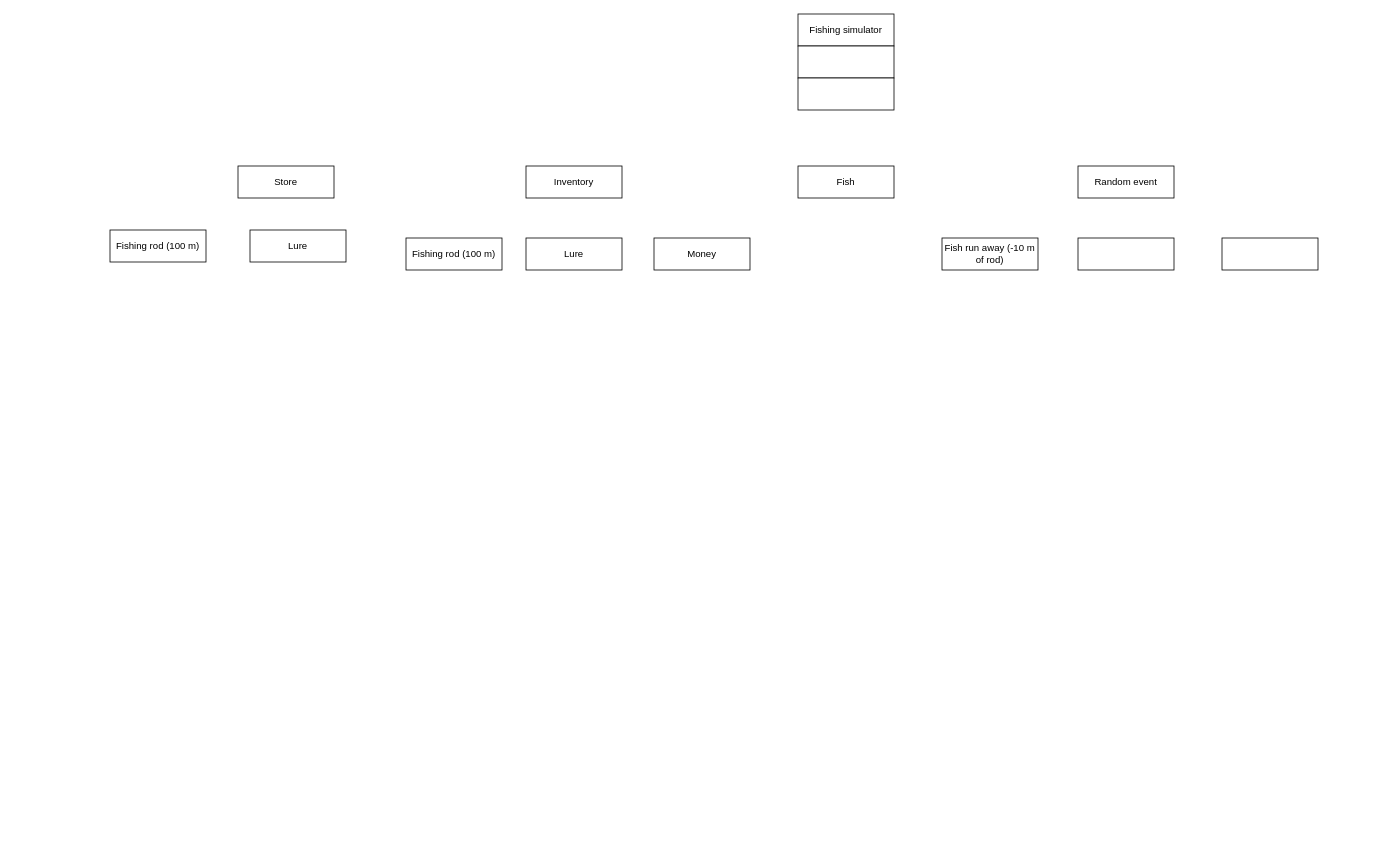
Earlier version of the draw.io diagram Fishing_simulator.drawio (paraudzins/my-project). Source tidied: cells renumbered, new cells numbered last; positions are measured from the earlier drawing's top-left corner, leaving out a move shared by most shapes. Both pictures are drawn from the tidied source at 80%, with x=0, y=0 at pixel (110, 14). Pictures stored in the file or linked from it are replaced by grey dashed boxes.
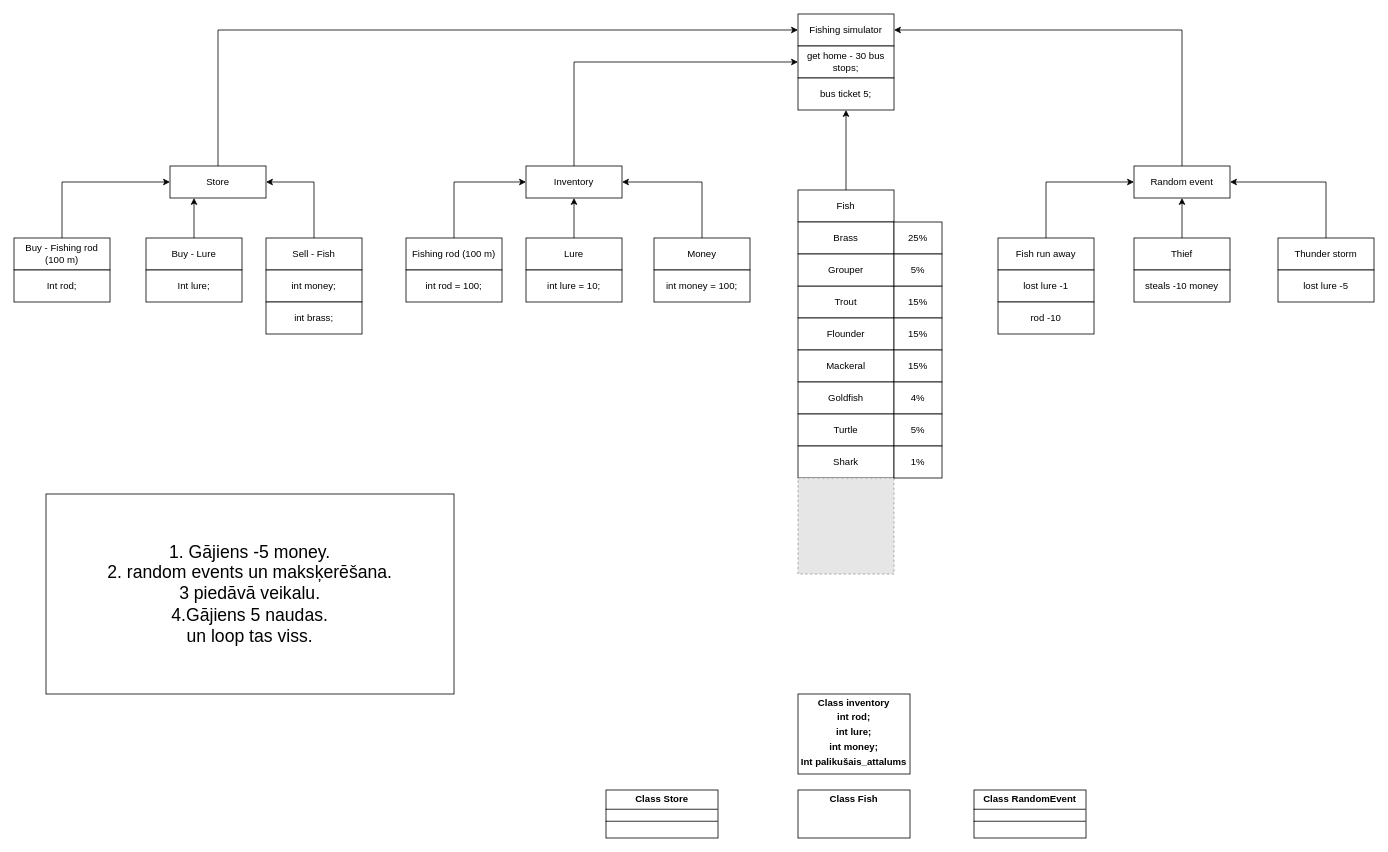
After the change.

Unchanged cells that the change refers to:
```xml
<mxCell id="2" value="Fishing simulator" style="rounded=0;whiteSpace=wrap;html=1;" parent="1" vertex="1">
  <mxGeometry x="860" width="120" height="40" as="geometry" />
</mxCell>
<mxCell id="5" value="Inventory" style="rounded=0;whiteSpace=wrap;html=1;" parent="1" vertex="1">
  <mxGeometry x="520" y="190" width="120" height="40" as="geometry" />
</mxCell>
<mxCell id="8" value="Fishing rod (100 m)" style="rounded=0;whiteSpace=wrap;html=1;" parent="1" vertex="1">
  <mxGeometry x="370" y="280" width="120" height="40" as="geometry" />
</mxCell>
<mxCell id="9" value="Lure" style="rounded=0;whiteSpace=wrap;html=1;" parent="1" vertex="1">
  <mxGeometry x="520" y="280" width="120" height="40" as="geometry" />
</mxCell>
<mxCell id="13" value="Money" style="rounded=0;whiteSpace=wrap;html=1;" parent="1" vertex="1">
  <mxGeometry x="680" y="280" width="120" height="40" as="geometry" />
</mxCell>
```

What changed in the source:
```diff
@@
-    <mxCell id="3" style="rounded=0;whiteSpace=wrap;html=1;" parent="1" vertex="1">
+    <mxCell id="3" value="get home - 30 bus stops;" style="rounded=0;whiteSpace=wrap;html=1;" parent="1" vertex="1">
       <mxGeometry x="860" y="40" width="120" height="40" as="geometry" />
     </mxCell>
-    <mxCell id="4" style="rounded=0;whiteSpace=wrap;html=1;" parent="1" vertex="1">
+    <mxCell id="4" value="bus ticket 5;" style="rounded=0;whiteSpace=wrap;html=1;" parent="1" vertex="1">
       <mxGeometry x="860" y="80" width="120" height="40" as="geometry" />
     </mxCell>
+    <mxCell id="17" style="edgeStyle=orthogonalEdgeStyle;rounded=0;jettySize=auto;html=1;exitX=0.5;exitY=0;exitDx=0;exitDy=0;entryX=0;entryY=0.5;entryDx=0;entryDy=0;defaultLabelBackgroundColor=page;" parent="1" edge="1" source="5" target="3">
+      <mxGeometry relative="1" as="geometry" />
+    </mxCell>
@@
+    <mxCell id="18" style="edgeStyle=orthogonalEdgeStyle;rounded=0;jettySize=auto;html=1;exitX=0.5;exitY=0;exitDx=0;exitDy=0;entryX=0.5;entryY=1;entryDx=0;entryDy=0;defaultLabelBackgroundColor=page;" parent="1" edge="1" source="6" target="4">
+      <mxGeometry relative="1" as="geometry" />
+    </mxCell>
     <mxCell id="6" value="Fish" style="rounded=0;whiteSpace=wrap;html=1;" parent="1" vertex="1">
-      <mxGeometry x="860" y="190" width="120" height="40" as="geometry" />
+      <mxGeometry x="860" y="220" width="120" height="40" as="geometry" />
     </mxCell>
+    <mxCell id="19" style="edgeStyle=orthogonalEdgeStyle;rounded=0;jettySize=auto;html=1;exitX=0.5;exitY=0;exitDx=0;exitDy=0;entryX=1;entryY=0.5;entryDx=0;entryDy=0;defaultLabelBackgroundColor=page;" parent="1" edge="1" source="7" target="2">
+      <mxGeometry relative="1" as="geometry" />
+    </mxCell>
     <mxCell id="7" value="Random event" style="rounded=0;whiteSpace=wrap;html=1;" parent="1" vertex="1">
-      <mxGeometry x="1210" y="190" width="120" height="40" as="geometry" />
+      <mxGeometry x="1280" y="190" width="120" height="40" as="geometry" />
     </mxCell>
+    <mxCell id="20" style="edgeStyle=orthogonalEdgeStyle;rounded=0;jettySize=auto;html=1;exitX=0.5;exitY=0;exitDx=0;exitDy=0;entryX=0;entryY=0.5;entryDx=0;entryDy=0;defaultLabelBackgroundColor=page;" parent="1" edge="1" source="8" target="5">
+      <mxGeometry relative="1" as="geometry" />
+    </mxCell>
@@
+    <mxCell id="21" style="edgeStyle=orthogonalEdgeStyle;rounded=0;jettySize=auto;html=1;exitX=0.5;exitY=0;exitDx=0;exitDy=0;entryX=0.5;entryY=1;entryDx=0;entryDy=0;defaultLabelBackgroundColor=page;" parent="1" edge="1" source="9" target="5">
+      <mxGeometry relative="1" as="geometry" />
+    </mxCell>
@@
+    <mxCell id="22" style="edgeStyle=orthogonalEdgeStyle;rounded=0;jettySize=auto;html=1;exitX=0.5;exitY=0;exitDx=0;exitDy=0;entryX=0;entryY=0.5;entryDx=0;entryDy=0;defaultLabelBackgroundColor=page;" parent="1" edge="1" source="10" target="7">
+      <mxGeometry relative="1" as="geometry" />
+    </mxCell>
-    <mxCell id="10" value="Fish run away (-10 m of rod)" style="rounded=0;whiteSpace=wrap;html=1;" parent="1" vertex="1">
-      <mxGeometry x="1040" y="280" width="120" height="40" as="geometry" />
+    <mxCell id="10" value="Fish run away" style="rounded=0;whiteSpace=wrap;html=1;" parent="1" vertex="1">
+      <mxGeometry x="1110" y="280" width="120" height="40" as="geometry" />
     </mxCell>
+    <mxCell id="23" style="edgeStyle=orthogonalEdgeStyle;rounded=0;jettySize=auto;html=1;exitX=0.5;exitY=0;exitDx=0;exitDy=0;entryX=0.5;entryY=1;entryDx=0;entryDy=0;defaultLabelBackgroundColor=page;" parent="1" edge="1" source="11" target="7">
+      <mxGeometry relative="1" as="geometry" />
+    </mxCell>
-    <mxCell id="11" style="rounded=0;whiteSpace=wrap;html=1;" parent="1" vertex="1">
-      <mxGeometry x="1210" y="280" width="120" height="40" as="geometry" />
+    <mxCell id="11" value="Thief" style="rounded=0;whiteSpace=wrap;html=1;" parent="1" vertex="1">
+      <mxGeometry x="1280" y="280" width="120" height="40" as="geometry" />
     </mxCell>
+    <mxCell id="24" style="edgeStyle=orthogonalEdgeStyle;rounded=0;jettySize=auto;html=1;exitX=0.5;exitY=0;exitDx=0;exitDy=0;entryX=1;entryY=0.5;entryDx=0;entryDy=0;defaultLabelBackgroundColor=page;" parent="1" edge="1" source="12" target="7">
+      <mxGeometry relative="1" as="geometry" />
+    </mxCell>
-    <mxCell id="12" style="rounded=0;whiteSpace=wrap;html=1;" parent="1" vertex="1">
-      <mxGeometry x="1390" y="280" width="120" height="40" as="geometry" />
+    <mxCell id="12" value="Thunder storm" style="rounded=0;whiteSpace=wrap;html=1;" parent="1" vertex="1">
+      <mxGeometry x="1460" y="280" width="120" height="40" as="geometry" />
     </mxCell>
+    <mxCell id="25" style="edgeStyle=orthogonalEdgeStyle;rounded=0;jettySize=auto;html=1;exitX=0.5;exitY=0;exitDx=0;exitDy=0;entryX=1;entryY=0.5;entryDx=0;entryDy=0;defaultLabelBackgroundColor=page;" parent="1" edge="1" source="13" target="5">
+      <mxGeometry relative="1" as="geometry" />
+    </mxCell>
@@
+    <mxCell id="26" style="edgeStyle=orthogonalEdgeStyle;rounded=0;jettySize=auto;html=1;exitX=0.5;exitY=0;exitDx=0;exitDy=0;entryX=0;entryY=0.5;entryDx=0;entryDy=0;defaultLabelBackgroundColor=page;" parent="1" edge="1" source="14" target="2">
+      <mxGeometry relative="1" as="geometry" />
+    </mxCell>
     <mxCell id="14" value="Store" style="rounded=0;whiteSpace=wrap;html=1;" parent="1" vertex="1">
-      <mxGeometry x="160" y="190" width="120" height="40" as="geometry" />
+      <mxGeometry x="75" y="190" width="120" height="40" as="geometry" />
     </mxCell>
+    <mxCell id="27" style="edgeStyle=orthogonalEdgeStyle;rounded=0;jettySize=auto;html=1;exitX=0.5;exitY=0;exitDx=0;exitDy=0;entryX=0;entryY=0.5;entryDx=0;entryDy=0;defaultLabelBackgroundColor=page;" parent="1" edge="1" source="15" target="14">
+      <mxGeometry relative="1" as="geometry" />
+    </mxCell>
-    <mxCell id="15" value="Fishing rod (100 m)" style="rounded=0;whiteSpace=wrap;html=1;" parent="1" vertex="1">
-      <mxGeometry y="270" width="120" height="40" as="geometry" />
+    <mxCell id="15" value="Buy - Fishing rod (100 m)" style="rounded=0;whiteSpace=wrap;html=1;" parent="1" vertex="1">
+      <mxGeometry x="-120" y="280" width="120" height="40" as="geometry" />
     </mxCell>
+    <mxCell id="28" style="edgeStyle=orthogonalEdgeStyle;rounded=0;jettySize=auto;html=1;exitX=0.5;exitY=0;exitDx=0;exitDy=0;entryX=0.25;entryY=1;entryDx=0;entryDy=0;defaultLabelBackgroundColor=page;" parent="1" edge="1" source="16" target="14">
+      <mxGeometry relative="1" as="geometry" />
+    </mxCell>
-    <mxCell id="16" value="Lure" style="rounded=0;whiteSpace=wrap;html=1;" parent="1" vertex="1">
-      <mxGeometry x="175" y="270" width="120" height="40" as="geometry" />
+    <mxCell id="16" value="Buy - Lure" style="rounded=0;whiteSpace=wrap;html=1;" parent="1" vertex="1">
+      <mxGeometry x="45" y="280" width="120" height="40" as="geometry" />
     </mxCell>
+    <mxCell id="29" style="edgeStyle=orthogonalEdgeStyle;rounded=0;jettySize=auto;html=1;exitX=0.5;exitY=0;exitDx=0;exitDy=0;entryX=1;entryY=0.5;entryDx=0;entryDy=0;defaultLabelBackgroundColor=page;" parent="1" edge="1" source="30" target="14">
+      <mxGeometry relative="1" as="geometry" />
+    </mxCell>
+    <mxCell id="30" value="Sell - Fish" style="rounded=0;whiteSpace=wrap;html=1;" parent="1" vertex="1">
+      <mxGeometry x="195" y="280" width="120" height="40" as="geometry" />
+    </mxCell>
+    <mxCell id="31" value="Brass" style="rounded=0;whiteSpace=wrap;html=1;" parent="1" vertex="1">
+      <mxGeometry x="860" y="260" width="120" height="40" as="geometry" />
+    </mxCell>
+    <mxCell id="32" value="Trout" style="rounded=0;whiteSpace=wrap;html=1;" parent="1" vertex="1">
+      <mxGeometry x="860" y="340" width="120" height="40" as="geometry" />
+    </mxCell>
+    <mxCell id="33" value="Flounder" style="rounded=0;whiteSpace=wrap;html=1;" parent="1" vertex="1">
+      <mxGeometry x="860" y="380" width="120" height="40" as="geometry" />
+    </mxCell>
+    <mxCell id="34" value="Int rod;" style="rounded=0;whiteSpace=wrap;html=1;" parent="1" vertex="1">
+      <mxGeometry x="-120" y="320" width="120" height="40" as="geometry" />
+    </mxCell>
+    <mxCell id="35" value="Int lure;" style="rounded=0;whiteSpace=wrap;html=1;" parent="1" vertex="1">
+      <mxGeometry x="45" y="320" width="120" height="40" as="geometry" />
+    </mxCell>
+    <mxCell id="36" value="int money;" style="rounded=0;whiteSpace=wrap;html=1;" parent="1" vertex="1">
+      <mxGeometry x="195" y="320" width="120" height="40" as="geometry" />
+    </mxCell>
+    <mxCell id="37" value="Mackeral" style="rounded=0;whiteSpace=wrap;html=1;" parent="1" vertex="1">
+      <mxGeometry x="860" y="420" width="120" height="40" as="geometry" />
+    </mxCell>
+    <mxCell id="38" value="Goldfish" style="rounded=0;whiteSpace=wrap;html=1;" parent="1" vertex="1">
+      <mxGeometry x="860" y="460" width="120" height="40" as="geometry" />
+    </mxCell>
+    <mxCell id="39" value="Turtle" style="rounded=0;whiteSpace=wrap;html=1;" parent="1" vertex="1">
+      <mxGeometry x="860" y="500" width="120" height="40" as="geometry" />
+    </mxCell>
+    <mxCell id="40" value="Shark" style="rounded=0;whiteSpace=wrap;html=1;" parent="1" vertex="1">
+      <mxGeometry x="860" y="540" width="120" height="40" as="geometry" />
+    </mxCell>
+    <mxCell id="41" style="fillColor=#E6E6E6;strokeColor=#999999;dashed=1;html=1;verticalAlign=top;verticalLabelPosition=bottom;labelBackgroundColor=#ffffff;" parent="1" vertex="1">
+      <mxGeometry x="860" y="580" width="120" height="120" as="geometry" />
+    </mxCell>
+    <mxCell id="42" value="25%" style="rounded=0;whiteSpace=wrap;html=1;" parent="1" vertex="1">
+      <mxGeometry x="980" y="260" width="60" height="40" as="geometry" />
+    </mxCell>
+    <mxCell id="43" value="15%" style="rounded=0;whiteSpace=wrap;html=1;" parent="1" vertex="1">
+      <mxGeometry x="980" y="340" width="60" height="40" as="geometry" />
+    </mxCell>
+    <mxCell id="44" value="15%" style="rounded=0;whiteSpace=wrap;html=1;" parent="1" vertex="1">
+      <mxGeometry x="980" y="380" width="60" height="40" as="geometry" />
+    </mxCell>
+    <mxCell id="45" value="15%" style="rounded=0;whiteSpace=wrap;html=1;" parent="1" vertex="1">
+      <mxGeometry x="980" y="420" width="60" height="40" as="geometry" />
+    </mxCell>
+    <mxCell id="46" value="4%" style="rounded=0;whiteSpace=wrap;html=1;" parent="1" vertex="1">
+      <mxGeometry x="980" y="460" width="60" height="40" as="geometry" />
+    </mxCell>
+    <mxCell id="47" value="5%" style="rounded=0;whiteSpace=wrap;html=1;" parent="1" vertex="1">
+      <mxGeometry x="980" y="500" width="60" height="40" as="geometry" />
+    </mxCell>
+    <mxCell id="48" value="1%" style="rounded=0;whiteSpace=wrap;html=1;" parent="1" vertex="1">
+      <mxGeometry x="980" y="540" width="60" height="40" as="geometry" />
+    </mxCell>
+    <mxCell id="49" value="Grouper" style="rounded=0;whiteSpace=wrap;html=1;" parent="1" vertex="1">
+      <mxGeometry x="860" y="300" width="120" height="40" as="geometry" />
+    </mxCell>
+    <mxCell id="50" value="5%" style="rounded=0;whiteSpace=wrap;html=1;" parent="1" vertex="1">
+      <mxGeometry x="980" y="300" width="60" height="40" as="geometry" />
+    </mxCell>
+    <mxCell id="51" value="int brass;" style="rounded=0;whiteSpace=wrap;html=1;" parent="1" vertex="1">
+      <mxGeometry x="195" y="360" width="120" height="40" as="geometry" />
+    </mxCell>
+    <mxCell id="52" value="int rod = 100;" style="rounded=0;whiteSpace=wrap;html=1;" parent="1" vertex="1">
+      <mxGeometry x="370" y="320" width="120" height="40" as="geometry" />
+    </mxCell>
+    <mxCell id="53" value="int lure = 10;" style="rounded=0;whiteSpace=wrap;html=1;" parent="1" vertex="1">
+      <mxGeometry x="520" y="320" width="120" height="40" as="geometry" />
+    </mxCell>
+    <mxCell id="54" value="int money = 100;" style="rounded=0;whiteSpace=wrap;html=1;" parent="1" vertex="1">
+      <mxGeometry x="680" y="320" width="120" height="40" as="geometry" />
+    </mxCell>
+    <mxCell id="55" value="&lt;p style=&quot;margin:0px;margin-top:4px;text-align:center;&quot;&gt;&lt;b&gt;Class inventory&lt;/b&gt;&lt;/p&gt;&lt;p style=&quot;margin: 4px 0px 0px; text-align: center;&quot;&gt;&lt;b&gt;int rod;&lt;/b&gt;&lt;/p&gt;&lt;p style=&quot;margin: 4px 0px 0px; text-align: center;&quot;&gt;&lt;b&gt;int lure;&lt;/b&gt;&lt;/p&gt;&lt;p style=&quot;margin: 4px 0px 0px; text-align: center;&quot;&gt;&lt;b&gt;int money;&lt;/b&gt;&lt;/p&gt;&lt;p style=&quot;margin: 4px 0px 0px; text-align: center;&quot;&gt;&lt;b&gt;Int palikušais_attalums&lt;/b&gt;&lt;/p&gt;" style="verticalAlign=top;align=left;overflow=fill;html=1;whiteSpace=wrap;" parent="1" vertex="1">
+      <mxGeometry x="860" y="850" width="140" height="100" as="geometry" />
+    </mxCell>
+    <mxCell id="56" value="&lt;p style=&quot;margin:0px;margin-top:4px;text-align:center;&quot;&gt;&lt;b&gt;Class Store&lt;/b&gt;&lt;/p&gt;&lt;hr size=&quot;1&quot; style=&quot;border-style:solid;&quot;&gt;&lt;div style=&quot;height:2px;&quot;&gt;&lt;/div&gt;&lt;hr size=&quot;1&quot; style=&quot;border-style:solid;&quot;&gt;&lt;div style=&quot;height:2px;&quot;&gt;&lt;/div&gt;" style="verticalAlign=top;align=left;overflow=fill;html=1;whiteSpace=wrap;" parent="1" vertex="1">
+      <mxGeometry x="620" y="970" width="140" height="60" as="geometry" />
+    </mxCell>
+    <mxCell id="57" value="&lt;p style=&quot;margin:0px;margin-top:4px;text-align:center;&quot;&gt;&lt;b&gt;Class Fish&lt;/b&gt;&lt;/p&gt;&lt;p style=&quot;margin:0px;margin-top:4px;text-align:center;&quot;&gt;&lt;b&gt;&lt;br&gt;&lt;/b&gt;&lt;/p&gt;" style="verticalAlign=top;align=left;overflow=fill;html=1;whiteSpace=wrap;" parent="1" vertex="1">
+      <mxGeometry x="860" y="970" width="140" height="60" as="geometry" />
+    </mxCell>
+    <mxCell id="58" value="&lt;p style=&quot;margin:0px;margin-top:4px;text-align:center;&quot;&gt;&lt;b&gt;Class RandomEvent&lt;/b&gt;&lt;/p&gt;&lt;hr size=&quot;1&quot; style=&quot;border-style:solid;&quot;&gt;&lt;div style=&quot;height:2px;&quot;&gt;&lt;/div&gt;&lt;hr size=&quot;1&quot; style=&quot;border-style:solid;&quot;&gt;&lt;div style=&quot;height:2px;&quot;&gt;&lt;/div&gt;" style="verticalAlign=top;align=left;overflow=fill;html=1;whiteSpace=wrap;" parent="1" vertex="1">
+      <mxGeometry x="1080" y="970" width="140" height="60" as="geometry" />
+    </mxCell>
+    <mxCell id="59" value="steals -10 money" style="rounded=0;whiteSpace=wrap;html=1;" parent="1" vertex="1">
+      <mxGeometry x="1280" y="320" width="120" height="40" as="geometry" />
+    </mxCell>
+    <mxCell id="60" value="lost lure -5" style="rounded=0;whiteSpace=wrap;html=1;" parent="1" vertex="1">
+      <mxGeometry x="1460" y="320" width="120" height="40" as="geometry" />
+    </mxCell>
+    <mxCell id="61" value="lost lure -1" style="rounded=0;whiteSpace=wrap;html=1;" parent="1" vertex="1">
+      <mxGeometry x="1110" y="320" width="120" height="40" as="geometry" />
+    </mxCell>
+    <mxCell id="62" value="rod -10" style="rounded=0;whiteSpace=wrap;html=1;" parent="1" vertex="1">
+      <mxGeometry x="1110" y="360" width="120" height="40" as="geometry" />
+    </mxCell>
+    <mxCell id="63" value="1. Gājiens -5 money.&lt;div&gt;2. random events un maksķerēšana.&lt;/div&gt;&lt;div&gt;3 piedāvā veikalu.&lt;/div&gt;&lt;div&gt;4.Gājiens 5 naudas.&lt;/div&gt;&lt;div&gt;un loop tas viss.&lt;/div&gt;" style="whiteSpace=wrap;html=1;fontSize=22;" parent="1" vertex="1">
+      <mxGeometry x="-80" y="600" width="510" height="250" as="geometry" />
+    </mxCell>
```
